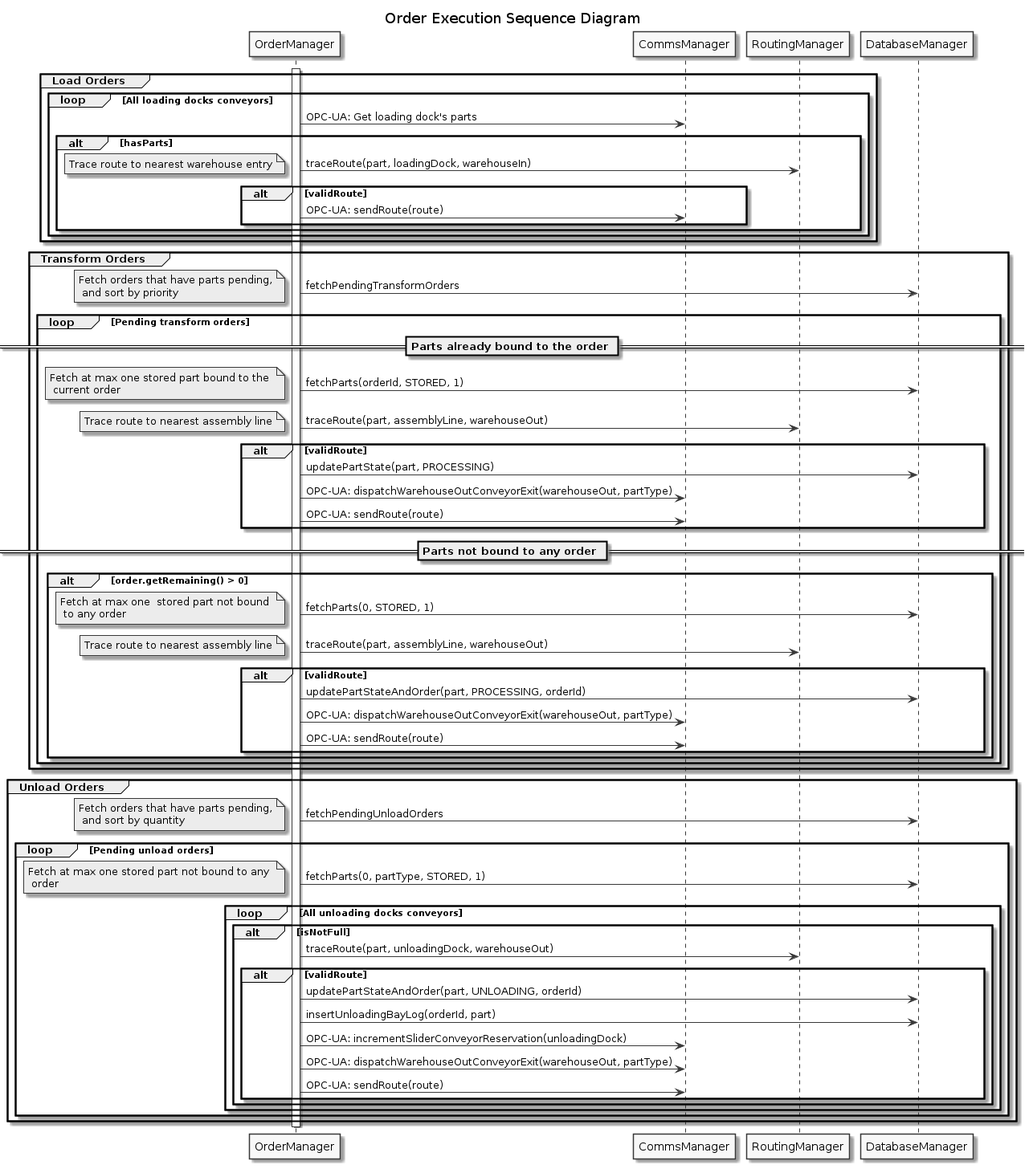
Above: docs/sequence_uml/order_execution.png in avrocha/plant-floor-control (PlantUML), before the change. The source it was exported from:
```plantuml
@startuml

skinparam linetype ortho
skinparam Monochrome true
skinparam classAttributeIconSize 0

title Order Execution Sequence Diagram

activate OrderManager

group Load Orders

loop All loading docks conveyors

OrderManager->CommsManager: OPC-UA: Get loading dock's parts

alt hasParts

OrderManager -> RoutingManager: traceRoute(part, loadingDock, warehouseIn)
note left: Trace route to nearest warehouse entry

alt validRoute
OrderManager -> CommsManager: OPC-UA: sendRoute(route)
end

end

end

end

group Transform Orders
OrderManager -> DatabaseManager: fetchPendingTransformOrders
note left: Fetch orders that have parts pending,\n and sort by priority

loop Pending transform orders

    == Parts already bound to the order ==

    OrderManager -> DatabaseManager:  fetchParts(orderId, STORED, 1)
    note left: Fetch at max one stored part bound to the \n current order

    OrderManager -> RoutingManager: traceRoute(part, assemblyLine, warehouseOut)
    note left: Trace route to nearest assembly line

    alt validRoute
    OrderManager -> DatabaseManager: updatePartState(part, PROCESSING)

    OrderManager -> CommsManager: OPC-UA: dispatchWarehouseOutConveyorExit(warehouseOut, partType)
    OrderManager -> CommsManager: OPC-UA: sendRoute(route)
    end

    == Parts not bound to any order ==

    alt order.getRemaining() > 0

    OrderManager -> DatabaseManager:  fetchParts(0, STORED, 1)
    note left: Fetch at max one  stored part not bound \n to any order

    OrderManager -> RoutingManager: traceRoute(part, assemblyLine, warehouseOut)
    note left: Trace route to nearest assembly line

    alt validRoute
    OrderManager -> DatabaseManager: updatePartStateAndOrder(part, PROCESSING, orderId)

    OrderManager -> CommsManager: OPC-UA: dispatchWarehouseOutConveyorExit(warehouseOut, partType)
    OrderManager -> CommsManager: OPC-UA: sendRoute(route)
    end

    end


end

end

group Unload Orders
OrderManager -> DatabaseManager: fetchPendingUnloadOrders
note left: Fetch orders that have parts pending,\n and sort by quantity

loop Pending unload orders

    OrderManager -> DatabaseManager:  fetchParts(0, partType, STORED, 1)
    note left: Fetch at max one stored part not bound to any \n order

    loop All unloading docks conveyors

    alt isNotFull
        OrderManager -> RoutingManager: traceRoute(part, unloadingDock, warehouseOut)

        alt validRoute
        OrderManager -> DatabaseManager: updatePartStateAndOrder(part, UNLOADING, orderId)
        OrderManager -> DatabaseManager: insertUnloadingBayLog(orderId, part)

        OrderManager -> CommsManager: OPC-UA: incrementSliderConveyorReservation(unloadingDock)
        OrderManager -> CommsManager: OPC-UA: dispatchWarehouseOutConveyorExit(warehouseOut, partType)
        OrderManager -> CommsManager: OPC-UA: sendRoute(route)
        end
    end

    end


end

end

deactivate OrderManager

@enduml
```
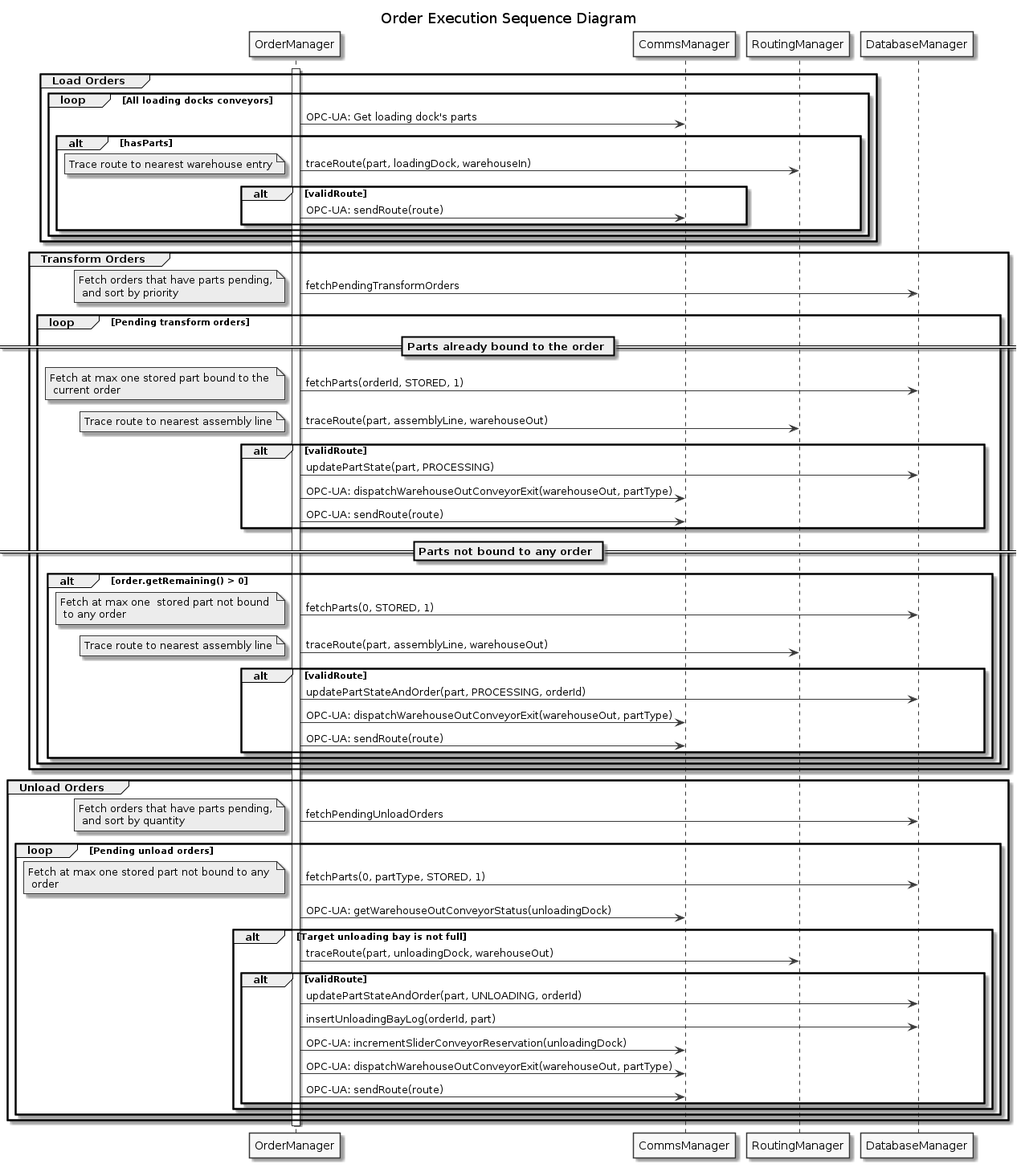
After the change.

Diff of the diagram source:
```diff
@@ -83,9 +83,9 @@
     OrderManager -> DatabaseManager:  fetchParts(0, partType, STORED, 1)
     note left: Fetch at max one stored part not bound to any \n order
 
-    loop All unloading docks conveyors
+    OrderManager -> CommsManager: OPC-UA: getWarehouseOutConveyorStatus(unloadingDock)
 
-    alt isNotFull
+    alt Target unloading bay is not full
         OrderManager -> RoutingManager: traceRoute(part, unloadingDock, warehouseOut)
 
         alt validRoute
@@ -98,8 +98,6 @@
         end
     end
 
-    end
-
 
 end
 
```
